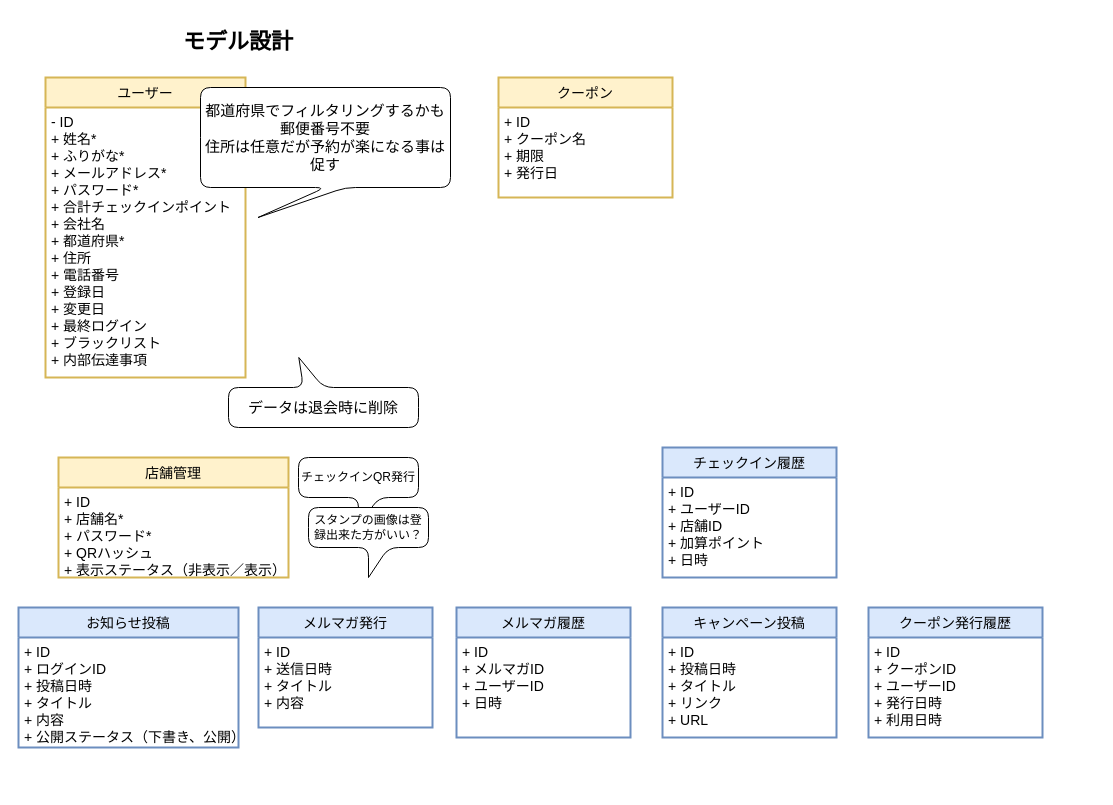
en-gine/heiwadai_server keeps this draw.io diagram as page "モデル設計" (1 of 2) of document/2.モデル機能図.dio. Above is the earlier version. Source tidied: cells renumbered, new cells numbered last; positions are measured from the earlier drawing's top-left corner, leaving out a move shared by most shapes. Both pictures are drawn from the tidied source at 100%, with x=0, y=0 at pixel (18, 27).
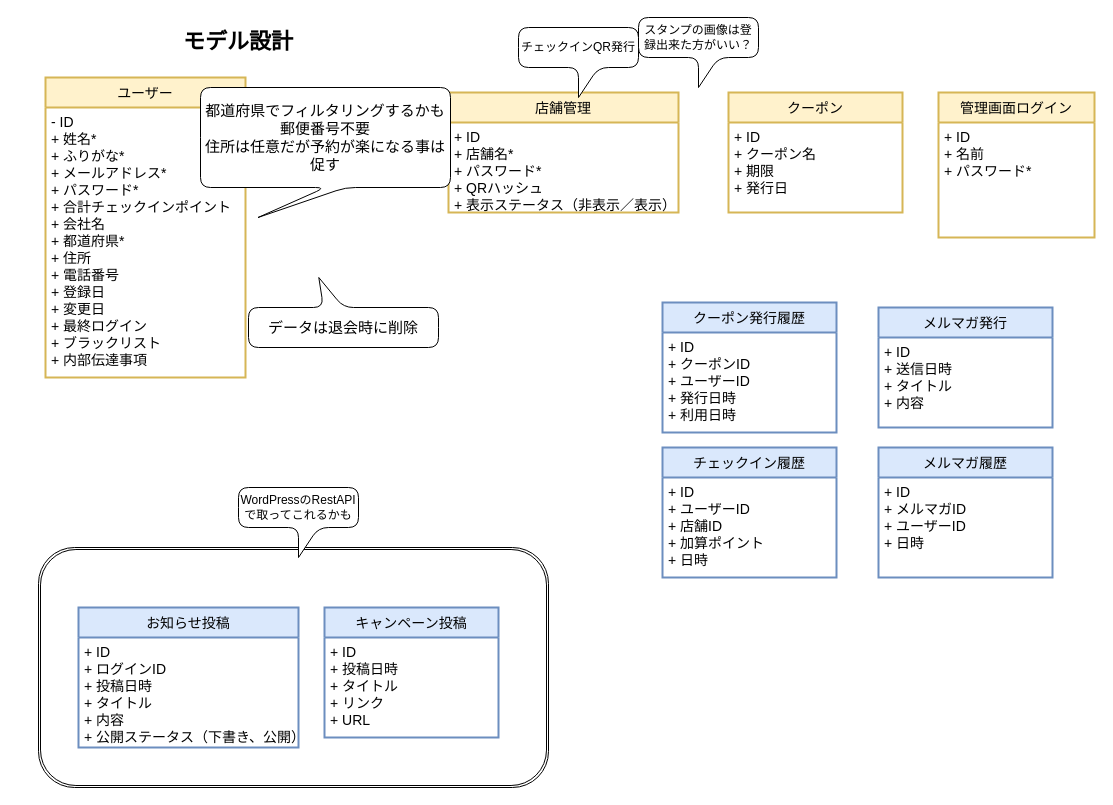
The same page after the edit.

Change to the diagram source:
```diff
@@
     <mxCell id="5" value="データは退会時に削除" style="shape=callout;whiteSpace=wrap;html=1;perimeter=calloutPerimeter;rounded=1;fontSize=15;position2=0.63;direction=west;" parent="1" vertex="1">
-      <mxGeometry x="210" y="330" width="190" height="70" as="geometry" />
+      <mxGeometry x="230" y="250" width="190" height="70" as="geometry" />
     </mxCell>
     <mxCell id="6" value="店舗管理" style="swimlane;horizontal=1;startSize=30;rounded=0;fontSize=14;fontStyle=0;strokeWidth=2;shadow=0;dashed=0;align=center;fillColor=#fff2cc;strokeColor=#d6b656;" parent="1" vertex="1">
-      <mxGeometry x="40" y="430" width="230" height="120" as="geometry" />
+      <mxGeometry x="430" y="65" width="230" height="120" as="geometry" />
     </mxCell>
@@
     <mxCell id="8" value="メルマガ発行" style="swimlane;horizontal=1;startSize=30;rounded=0;fontSize=14;fontStyle=0;strokeWidth=2;shadow=0;dashed=0;align=center;fillColor=#dae8fc;strokeColor=#6c8ebf;" parent="1" vertex="1">
-      <mxGeometry x="240" y="580" width="174" height="120" as="geometry" />
+      <mxGeometry x="860" y="280" width="174" height="120" as="geometry" />
     </mxCell>
@@
     <mxCell id="10" value="お知らせ投稿" style="swimlane;horizontal=1;startSize=30;rounded=0;fontSize=14;fontStyle=0;strokeWidth=2;shadow=0;dashed=0;align=center;fillColor=#dae8fc;strokeColor=#6c8ebf;" parent="1" vertex="1">
-      <mxGeometry y="580" width="220" height="140" as="geometry" />
+      <mxGeometry x="60" y="580" width="220" height="140" as="geometry" />
     </mxCell>
@@
     <mxCell id="12" value="チェックインQR発行" style="shape=callout;whiteSpace=wrap;html=1;perimeter=calloutPerimeter;rounded=1;" parent="1" vertex="1">
-      <mxGeometry x="280" y="430" width="120" height="70" as="geometry" />
+      <mxGeometry x="500" width="120" height="70" as="geometry" />
     </mxCell>
@@
     <mxCell id="15" value="クーポン発行履歴" style="swimlane;horizontal=1;startSize=30;rounded=0;fontSize=14;fontStyle=0;strokeWidth=2;shadow=0;dashed=0;align=center;fillColor=#dae8fc;strokeColor=#6c8ebf;" parent="1" vertex="1">
-      <mxGeometry x="850" y="580" width="174" height="130" as="geometry" />
+      <mxGeometry x="644" y="275" width="174" height="130" as="geometry" />
     </mxCell>
@@
     <mxCell id="19" value="クーポン" style="swimlane;horizontal=1;startSize=30;rounded=0;fontSize=14;fontStyle=0;strokeWidth=2;shadow=0;dashed=0;align=center;fillColor=#fff2cc;strokeColor=#d6b656;" parent="1" vertex="1">
-      <mxGeometry x="480" y="50" width="174" height="120" as="geometry" />
+      <mxGeometry x="710" y="65" width="174" height="120" as="geometry" />
     </mxCell>
@@
     <mxCell id="21" value="キャンペーン投稿" style="swimlane;horizontal=1;startSize=30;rounded=0;fontSize=14;fontStyle=0;strokeWidth=2;shadow=0;dashed=0;align=center;fillColor=#dae8fc;strokeColor=#6c8ebf;" parent="1" vertex="1">
-      <mxGeometry x="644" y="580" width="174" height="130" as="geometry" />
+      <mxGeometry x="306" y="580" width="174" height="130" as="geometry" />
     </mxCell>
@@
     <mxCell id="23" value="メルマガ履歴" style="swimlane;horizontal=1;startSize=30;rounded=0;fontSize=14;fontStyle=0;strokeWidth=2;shadow=0;dashed=0;align=center;fillColor=#dae8fc;strokeColor=#6c8ebf;" parent="1" vertex="1">
-      <mxGeometry x="438" y="580" width="174" height="130" as="geometry" />
+      <mxGeometry x="860" y="420" width="174" height="130" as="geometry" />
     </mxCell>
@@
     <mxCell id="25" value="スタンプの画像は登録出来た方がいい？" style="shape=callout;whiteSpace=wrap;html=1;perimeter=calloutPerimeter;rounded=1;" parent="1" vertex="1">
-      <mxGeometry x="290" y="480" width="120" height="70" as="geometry" />
+      <mxGeometry x="620" y="-10" width="120" height="70" as="geometry" />
     </mxCell>
+    <mxCell id="26" style="shape=ext;double=1;rounded=1;whiteSpace=wrap;html=1;fillColor=none;" parent="1" vertex="1">
+      <mxGeometry x="20" y="520" width="510" height="240" as="geometry" />
+    </mxCell>
+    <mxCell id="27" value="WordPressのRestAPIで取ってこれるかも" style="shape=callout;whiteSpace=wrap;html=1;perimeter=calloutPerimeter;rounded=1;" parent="1" vertex="1">
+      <mxGeometry x="220" y="460" width="120" height="70" as="geometry" />
+    </mxCell>
+    <mxCell id="28" value="管理画面ログイン" style="swimlane;horizontal=1;startSize=30;rounded=0;fontSize=14;fontStyle=0;strokeWidth=2;shadow=0;dashed=0;align=center;fillColor=#fff2cc;strokeColor=#d6b656;" parent="1" vertex="1">
+      <mxGeometry x="920" y="65" width="156" height="145" as="geometry" />
+    </mxCell>
+    <mxCell id="29" value="+ ID&#10;+ 名前&#10;+ パスワード*&#10;" style="align=left;strokeColor=none;fillColor=none;spacingLeft=4;fontSize=14;verticalAlign=top;" parent="28" vertex="1">
+      <mxGeometry y="30" width="156" height="115" as="geometry" />
+    </mxCell>
```
